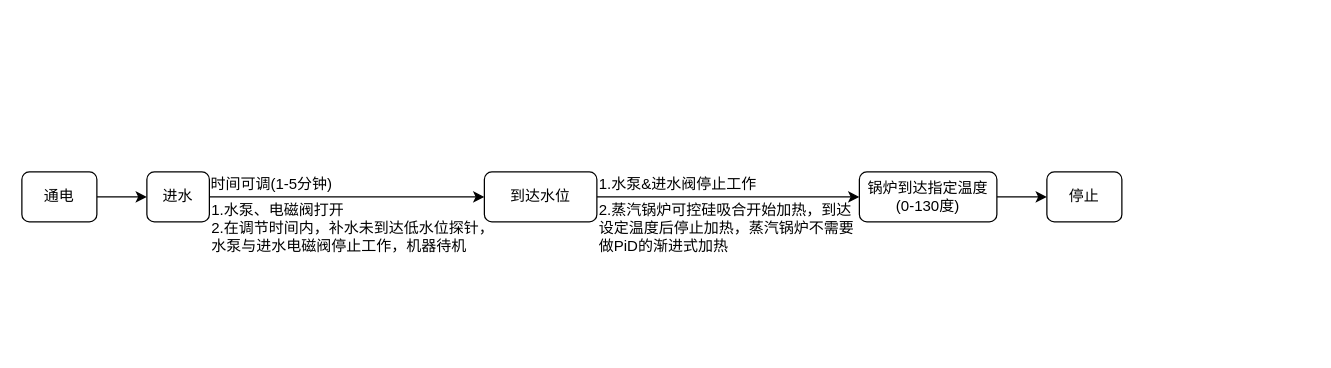
The draw.io diagram Amateur/CoffeeWs/咖啡机工作流程.drawio in mailonghua/drawio, before the edit. Source tidied: cells renumbered, new cells numbered last; positions are measured from the earlier drawing's top-left corner, leaving out a move shared by most shapes. Both pictures are drawn from the tidied source at 125%, with x=0, y=0 at pixel (21, 171).
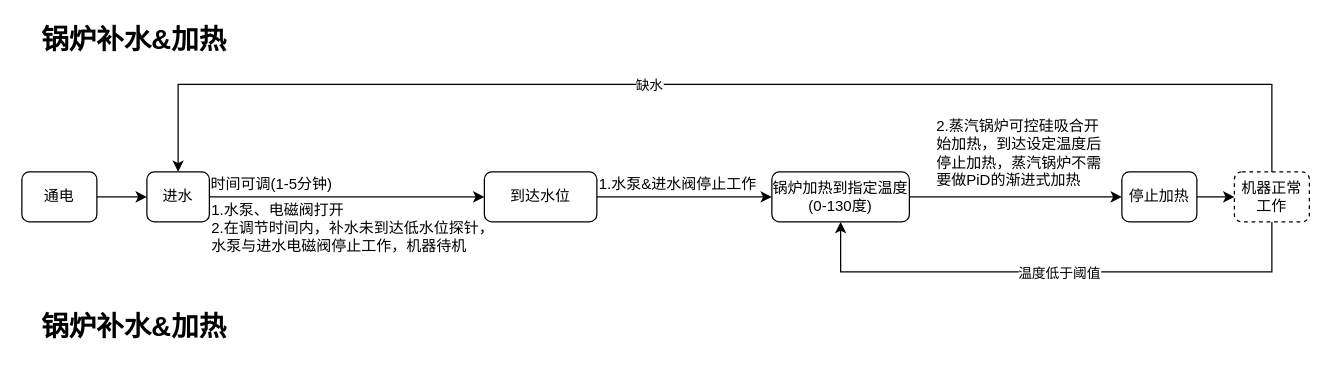
Above is the later version.

Commit message (it also covers changes not shown here):
更新咖啡机工作流程.drawio

The change refers to these unchanged cells:
```xml
<mxCell id="5" value="进水" style="rounded=1;whiteSpace=wrap;html=1;" parent="1" vertex="1">
  <mxGeometry x="100" width="50" height="40" as="geometry" />
</mxCell>
```

The edit, as a diff of the source:
```diff
@@
-    <mxCell id="11" value="锅炉到达指定温度&lt;br&gt;(0-130度)" style="rounded=1;whiteSpace=wrap;html=1;" parent="1" vertex="1">
-      <mxGeometry x="670" width="110" height="40" as="geometry" />
+    <mxCell id="11" value="锅炉加热到指定温度&lt;br&gt;(0-130度)" style="rounded=1;whiteSpace=wrap;html=1;" parent="1" vertex="1">
+      <mxGeometry x="600" width="110" height="40" as="geometry" />
     </mxCell>
@@
     <mxCell id="13" value="2.蒸汽锅炉可控硅吸合开始加热，到达设定温度后停止加热，蒸汽锅炉不需要做PiD的渐进式加热" style="text;html=1;whiteSpace=wrap;strokeColor=none;fillColor=none;align=left;verticalAlign=middle;rounded=0;" parent="1" vertex="1">
-      <mxGeometry x="460" y="20" width="210" height="50" as="geometry" />
+      <mxGeometry x="730" y="-40" width="140" height="50" as="geometry" />
     </mxCell>
+    <mxCell id="15" style="edgeStyle=orthogonalEdgeStyle;rounded=0;jettySize=auto;html=1;exitX=0.5;exitY=0;exitDx=0;exitDy=0;entryX=0.5;entryY=0;entryDx=0;entryDy=0;" parent="1" edge="1" source="20" target="5">
+      <mxGeometry relative="1" as="geometry">
+        <Array as="points">
+          <mxPoint x="1000" y="-70" />
+          <mxPoint x="125" y="-70" />
+        </Array>
+      </mxGeometry>
+    </mxCell>
+    <mxCell id="16" value="缺水" style="edgeLabel;html=1;align=center;verticalAlign=middle;" parent="15" vertex="1">
+      <mxGeometry x="0.13" y="3" relative="1" as="geometry">
+        <mxPoint x="4" y="-3" as="offset" />
+      </mxGeometry>
+    </mxCell>
+    <mxCell id="17" style="edgeStyle=orthogonalEdgeStyle;rounded=0;jettySize=auto;html=1;" parent="1" edge="1" source="14" target="20">
+      <mxGeometry relative="1" as="geometry" />
+    </mxCell>
-    <mxCell id="14" value="停止" style="rounded=1;whiteSpace=wrap;html=1;" parent="1" vertex="1">
-      <mxGeometry x="820" width="60" height="40" as="geometry" />
+    <mxCell id="14" value="停止加热" style="rounded=1;whiteSpace=wrap;html=1;" parent="1" vertex="1">
+      <mxGeometry x="880" width="60" height="40" as="geometry" />
     </mxCell>
+    <mxCell id="18" style="edgeStyle=orthogonalEdgeStyle;rounded=0;jettySize=auto;html=1;exitX=0.5;exitY=1;exitDx=0;exitDy=0;entryX=0.5;entryY=1;entryDx=0;entryDy=0;" parent="1" edge="1" source="20" target="11">
+      <mxGeometry relative="1" as="geometry">
+        <Array as="points">
+          <mxPoint x="1000" y="80" />
+          <mxPoint x="655" y="80" />
+        </Array>
+      </mxGeometry>
+    </mxCell>
+    <mxCell id="19" value="温度低于阈值" style="edgeLabel;html=1;align=center;verticalAlign=middle;" parent="18" vertex="1">
+      <mxGeometry x="0.08" y="2" relative="1" as="geometry">
+        <mxPoint x="19" y="-2" as="offset" />
+      </mxGeometry>
+    </mxCell>
+    <mxCell id="20" value="机器正常工作" style="rounded=1;whiteSpace=wrap;html=1;dashed=1;" parent="1" vertex="1">
+      <mxGeometry x="970" width="60" height="40" as="geometry" />
+    </mxCell>
+    <mxCell id="21" value="锅炉补水&amp;amp;加热" style="text;html=1;whiteSpace=wrap;strokeColor=none;fillColor=none;align=center;verticalAlign=middle;rounded=0;fontSize=22;fontStyle=1;" parent="1" vertex="1">
+      <mxGeometry x="10" y="-120" width="160" height="30" as="geometry" />
+    </mxCell>
+    <mxCell id="22" value="锅炉补水&amp;amp;加热" style="text;html=1;whiteSpace=wrap;strokeColor=none;fillColor=none;align=center;verticalAlign=middle;rounded=0;fontSize=22;fontStyle=1;" parent="1" vertex="1">
+      <mxGeometry x="10" y="110" width="160" height="30" as="geometry" />
+    </mxCell>
```
